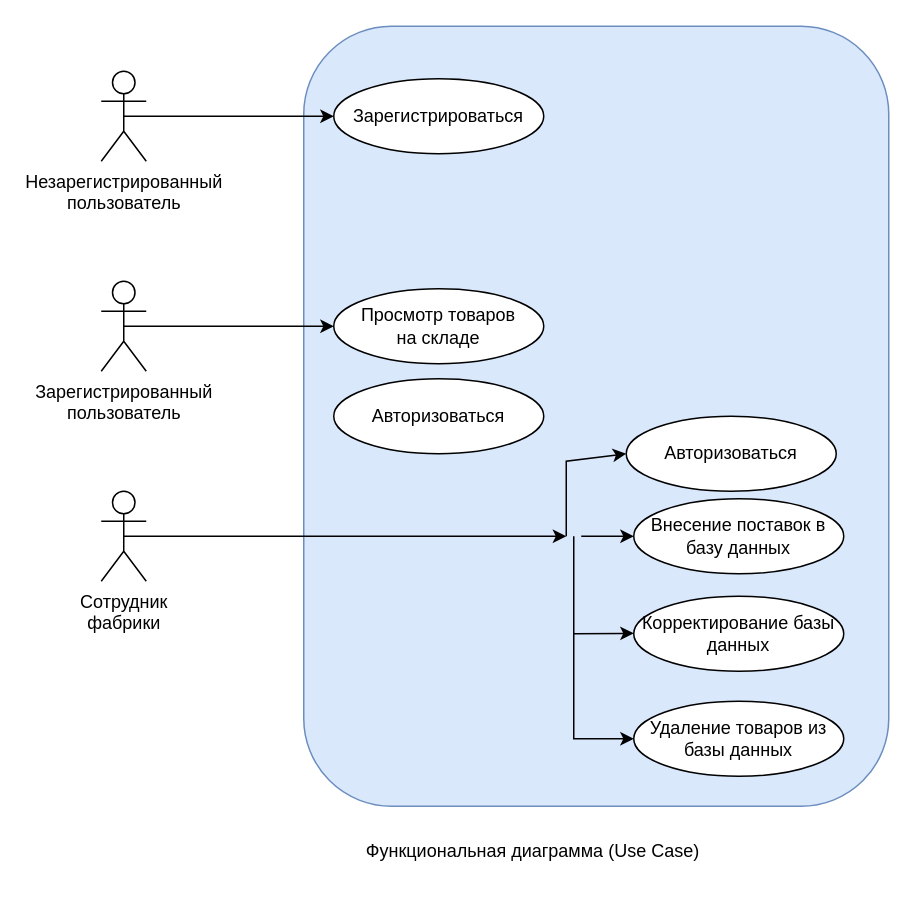
The draw.io diagram ФД V2.0.drawio in marsek4/ssp, before the edit. Source tidied: cells renumbered, new cells numbered last; positions are measured from the earlier drawing's top-left corner, leaving out a move shared by most shapes. Both pictures are drawn from the tidied source at 150%, with x=0, y=0 at pixel (100, 26).
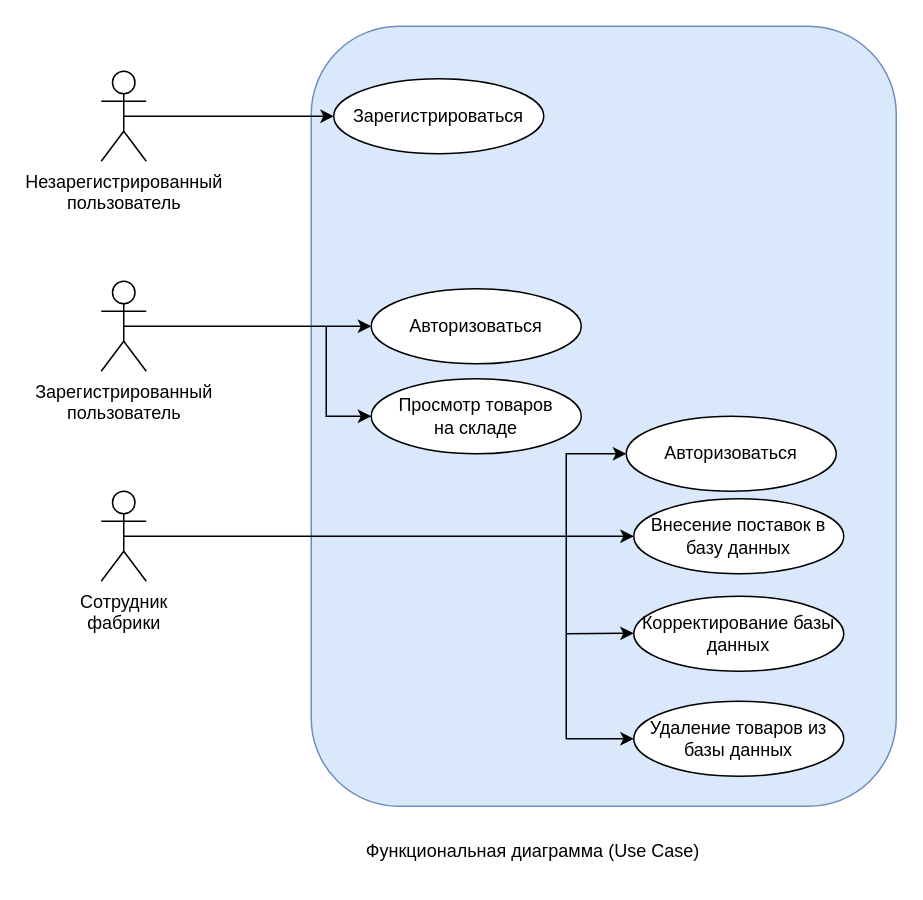
The same page after the edit.

The change refers to these unchanged cells:
```xml
<mxCell id="8" value="Сотрудник&lt;br&gt;фабрики" style="shape=umlActor;verticalLabelPosition=bottom;verticalAlign=top;html=1;outlineConnect=0;" parent="1" vertex="1">
  <mxGeometry y="310" width="30" height="60" as="geometry" />
</mxCell>
<mxCell id="9" value="Авторизоваться" style="ellipse;whiteSpace=wrap;html=1;" parent="1" vertex="1">
  <mxGeometry x="350" y="260" width="140" height="50" as="geometry" />
</mxCell>
<mxCell id="10" value="Внесение поставок в базу данных" style="ellipse;whiteSpace=wrap;html=1;" parent="1" vertex="1">
  <mxGeometry x="355" y="315" width="140" height="50" as="geometry" />
</mxCell>
<mxCell id="12" value="Удаление товаров из базы данных" style="ellipse;whiteSpace=wrap;html=1;" parent="1" vertex="1">
  <mxGeometry x="355" y="450" width="140" height="50" as="geometry" />
</mxCell>
```

Change to the diagram source:
```diff
@@
     <mxCell id="2" style="rounded=1;whiteSpace=wrap;html=1;fillColor=#dae8fc;strokeColor=#6c8ebf;" parent="1" vertex="1">
-      <mxGeometry x="135" width="390" height="520" as="geometry" />
+      <mxGeometry x="140" width="390" height="520" as="geometry" />
     </mxCell>
@@
-    <mxCell id="7" value="Просмотр товаров&lt;br&gt;на складе" style="ellipse;whiteSpace=wrap;html=1;" parent="1" vertex="1">
-      <mxGeometry x="155" y="175" width="140" height="50" as="geometry" />
+    <mxCell id="7" value="Авторизоваться" style="ellipse;whiteSpace=wrap;html=1;" parent="1" vertex="1">
+      <mxGeometry x="180" y="175" width="140" height="50" as="geometry" />
     </mxCell>
@@
-    <mxCell id="15" style="endArrow=classic;html=1;rounded=0;exitX=0.5;exitY=0.5;exitDx=0;exitDy=0;exitPerimeter=0;" parent="1" edge="1" source="8">
+    <mxCell id="15" style="endArrow=classic;html=1;rounded=0;exitX=0.5;exitY=0.5;exitDx=0;exitDy=0;exitPerimeter=0;entryX=0;entryY=0.5;entryDx=0;entryDy=0;" parent="1" edge="1" source="8" target="9">
       <mxGeometry relative="1" as="geometry">
-        <mxPoint x="310" y="340" as="targetPoint" />
+        <Array as="points">
+          <mxPoint x="310" y="340" />
+          <mxPoint x="310" y="285" />
+        </Array>
       </mxGeometry>
     </mxCell>
     <mxCell id="16" style="endArrow=classic;html=1;rounded=0;entryX=0;entryY=0.5;entryDx=0;entryDy=0;" parent="1" edge="1" target="10">
       <mxGeometry relative="1" as="geometry">
-        <mxPoint x="320" y="340" as="sourcePoint" />
+        <mxPoint x="310" y="340" as="sourcePoint" />
       </mxGeometry>
     </mxCell>
     <mxCell id="17" style="endArrow=classic;html=1;rounded=0;entryX=0;entryY=0.5;entryDx=0;entryDy=0;" parent="1" edge="1" target="12">
       <mxGeometry relative="1" as="geometry">
-        <mxPoint x="315" y="340" as="sourcePoint" />
+        <mxPoint x="310" y="340" as="sourcePoint" />
         <Array as="points">
-          <mxPoint x="315" y="475" />
+          <mxPoint x="310" y="475" />
         </Array>
       </mxGeometry>
     </mxCell>
     <mxCell id="18" style="endArrow=classic;html=1;rounded=0;entryX=0;entryY=0.5;entryDx=0;entryDy=0;" parent="1" edge="1">
       <mxGeometry relative="1" as="geometry">
-        <mxPoint x="315" y="405" as="sourcePoint" />
+        <mxPoint x="310" y="405" as="sourcePoint" />
         <mxPoint x="355" y="404.7" as="targetPoint" />
       </mxGeometry>
     </mxCell>
-    <mxCell id="19" value="Авторизоваться" style="ellipse;whiteSpace=wrap;html=1;" parent="1" vertex="1">
-      <mxGeometry x="155" y="235" width="140" height="50" as="geometry" />
+    <mxCell id="19" value="Просмотр товаров&lt;br style=&quot;border-color: var(--border-color);&quot;&gt;на складе" style="ellipse;whiteSpace=wrap;html=1;" parent="1" vertex="1">
+      <mxGeometry x="180" y="235" width="140" height="50" as="geometry" />
     </mxCell>
-    <mxCell id="20" style="endArrow=classic;html=1;rounded=0;entryX=0;entryY=0.5;entryDx=0;entryDy=0;" parent="1" edge="1" target="9">
-      <mxGeometry relative="1" as="geometry">
-        <mxPoint x="310" y="340" as="sourcePoint" />
-        <Array as="points">
-          <mxPoint x="310" y="290" />
-        </Array>
-      </mxGeometry>
-    </mxCell>
+    <mxCell id="21" style="endArrow=classic;html=1;rounded=0;entryX=0;entryY=0.5;entryDx=0;entryDy=0;" parent="1" edge="1" target="19">
+      <mxGeometry relative="1" as="geometry">
+        <mxPoint x="150" y="200" as="sourcePoint" />
+        <Array as="points">
+          <mxPoint x="150" y="260" />
+        </Array>
+      </mxGeometry>
+    </mxCell>
```
